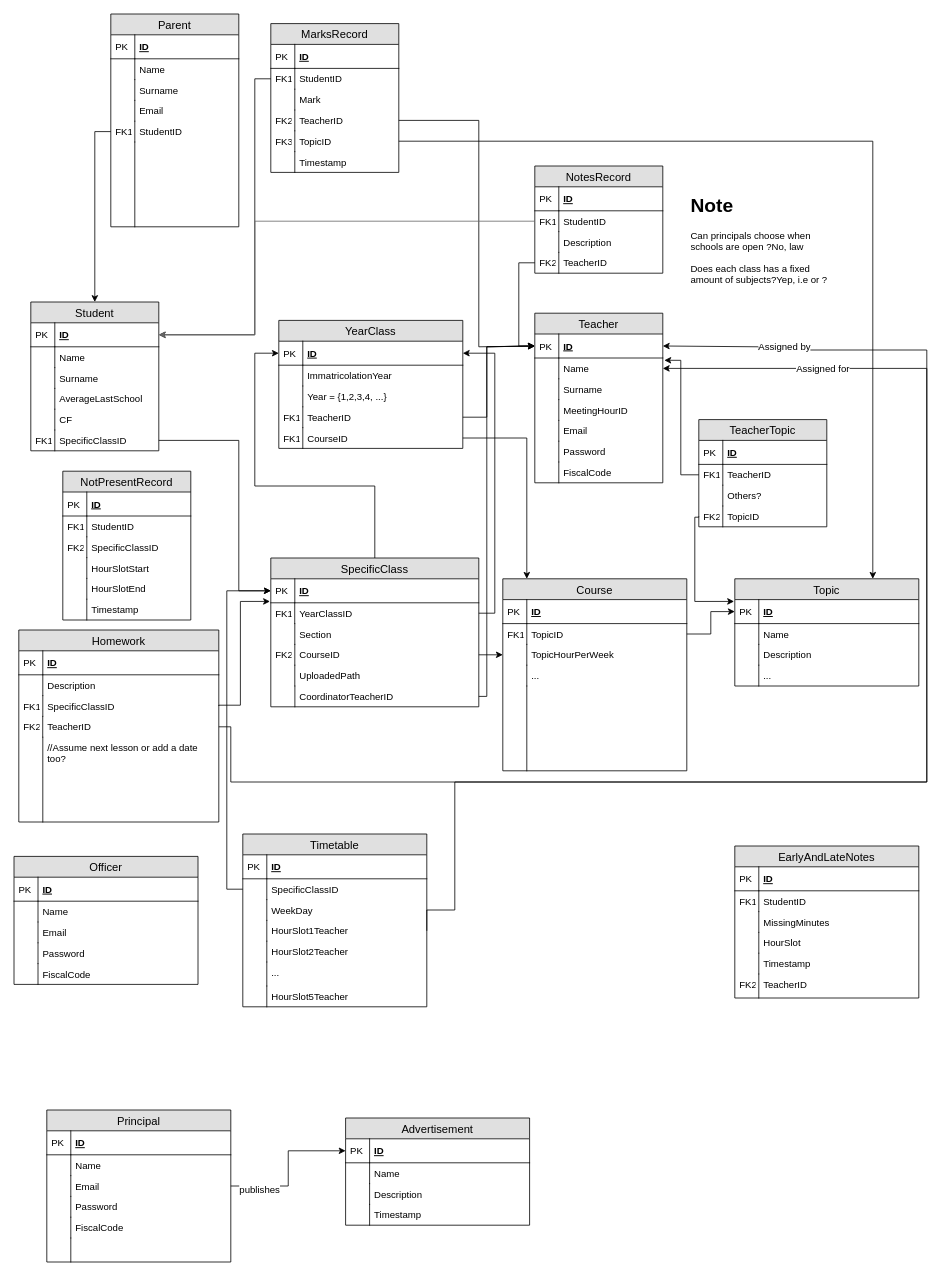
Earlier version of the draw.io diagram Schema.drawio (sordinho/Group-J---Digital-Student-Record). Source tidied: cells renumbered, new cells numbered last; positions are measured from the earlier drawing's top-left corner, leaving out a move shared by most shapes. Both pictures are drawn from the tidied source at 80%, with x=0, y=0 at pixel (14, 14).
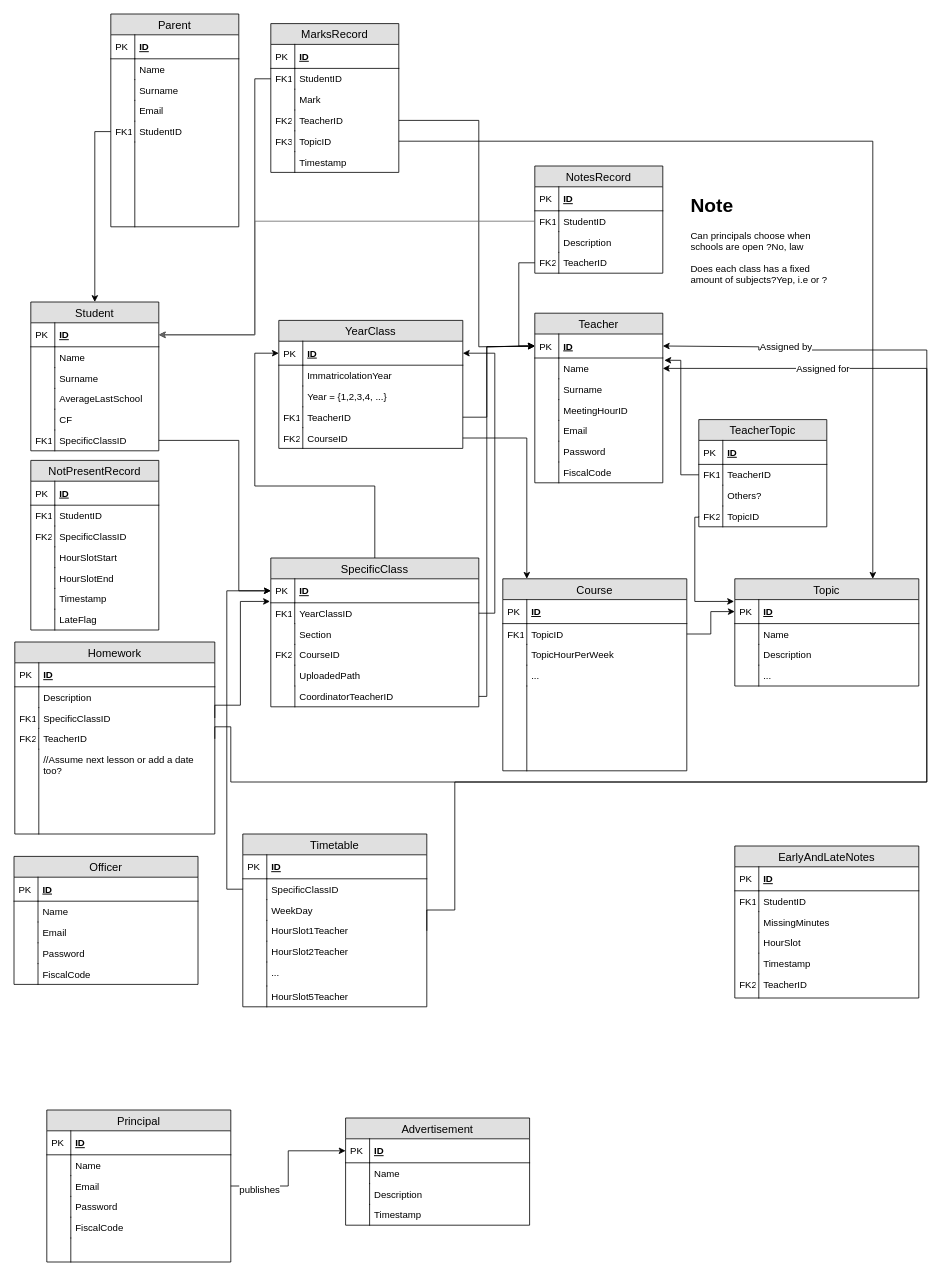
After the change.

The change refers to these unchanged cells:
```xml
<mxCell id="39" value="CourseID" style="shape=partialRectangle;top=0;left=0;right=0;bottom=0;align=left;verticalAlign=top;fillColor=none;spacingLeft=34;spacingRight=4;overflow=hidden;points=[[0,0.5],[1,0.5]];portConstraint=eastwest;fontSize=12;" parent="30" vertex="1">
  <mxGeometry y="134" width="230" height="26" as="geometry" />
</mxCell>
<mxCell id="49" value="CourseID" style="shape=partialRectangle;top=0;left=0;right=0;bottom=0;align=left;verticalAlign=top;fillColor=none;spacingLeft=34;spacingRight=4;overflow=hidden;points=[[0,0.5],[1,0.5]];portConstraint=eastwest;fontSize=12;" parent="42" vertex="1">
  <mxGeometry y="108" width="260" height="26" as="geometry" />
</mxCell>
<mxCell id="73" value="TopicHourPerWeek" style="shape=partialRectangle;top=0;left=0;right=0;bottom=0;align=left;verticalAlign=top;fillColor=none;spacingLeft=34;spacingRight=4;overflow=hidden;points=[[0,0.5],[1,0.5]];portConstraint=eastwest;fontSize=12;" parent="68" vertex="1">
  <mxGeometry y="82" width="230" height="26" as="geometry" />
</mxCell>
```

Diff of the diagram source:
```diff
@@
-    <mxCell id="40" value="FK1" style="shape=partialRectangle;top=0;left=0;bottom=0;fillColor=none;align=left;verticalAlign=top;spacingLeft=4;spacingRight=4;overflow=hidden;fontSize=12;" parent="39" vertex="1">
+    <mxCell id="40" value="FK2" style="shape=partialRectangle;top=0;left=0;bottom=0;fillColor=none;align=left;verticalAlign=top;spacingLeft=4;spacingRight=4;overflow=hidden;fontSize=12;" parent="39" vertex="1">
       <mxGeometry width="30" height="26" as="geometry" />
     </mxCell>
@@
     <mxCell id="88" value="NotPresentRecord" style="swimlane;fontStyle=0;horizontal=1;startSize=26;fillColor=#e0e0e0;swimlaneFillColor=#ffffff;align=center;fontSize=14;" parent="1" vertex="1">
-      <mxGeometry x="61" y="571.5" width="160" height="186" as="geometry" />
+      <mxGeometry x="21" y="558" width="160" height="212" as="geometry" />
     </mxCell>
@@
+    <mxCell id="228" value="LateFlag" style="shape=partialRectangle;top=0;left=0;right=0;bottom=0;align=left;verticalAlign=top;fillColor=none;spacingLeft=34;spacingRight=4;overflow=hidden;fontSize=12;" parent="88" vertex="1">
+      <mxGeometry y="186" width="160" height="26" as="geometry" />
+    </mxCell>
+    <mxCell id="229" style="shape=partialRectangle;top=0;left=0;bottom=0;fillColor=none;align=left;verticalAlign=top;spacingLeft=4;spacingRight=4;overflow=hidden;fontSize=12;" parent="228" vertex="1">
+      <mxGeometry width="30" height="26" as="geometry" />
+    </mxCell>
@@
     <mxCell id="138" value="Homework" style="swimlane;fontStyle=0;horizontal=1;startSize=26;fillColor=#e0e0e0;swimlaneFillColor=#ffffff;align=center;fontSize=14;" parent="1" vertex="1">
-      <mxGeometry x="6" y="770" width="250" height="240" as="geometry" />
+      <mxGeometry x="1" y="785" width="250" height="240" as="geometry" />
     </mxCell>
@@
-    <mxCell id="214" style="edgeStyle=orthogonalEdgeStyle;rounded=0;jettySize=auto;html=1;exitX=1;exitY=0.5;exitDx=0;exitDy=0;entryX=0;entryY=0.5;entryDx=0;entryDy=0;" parent="1" edge="1" source="49" target="73">
-      <mxGeometry relative="1" as="geometry" />
-    </mxCell>
```
